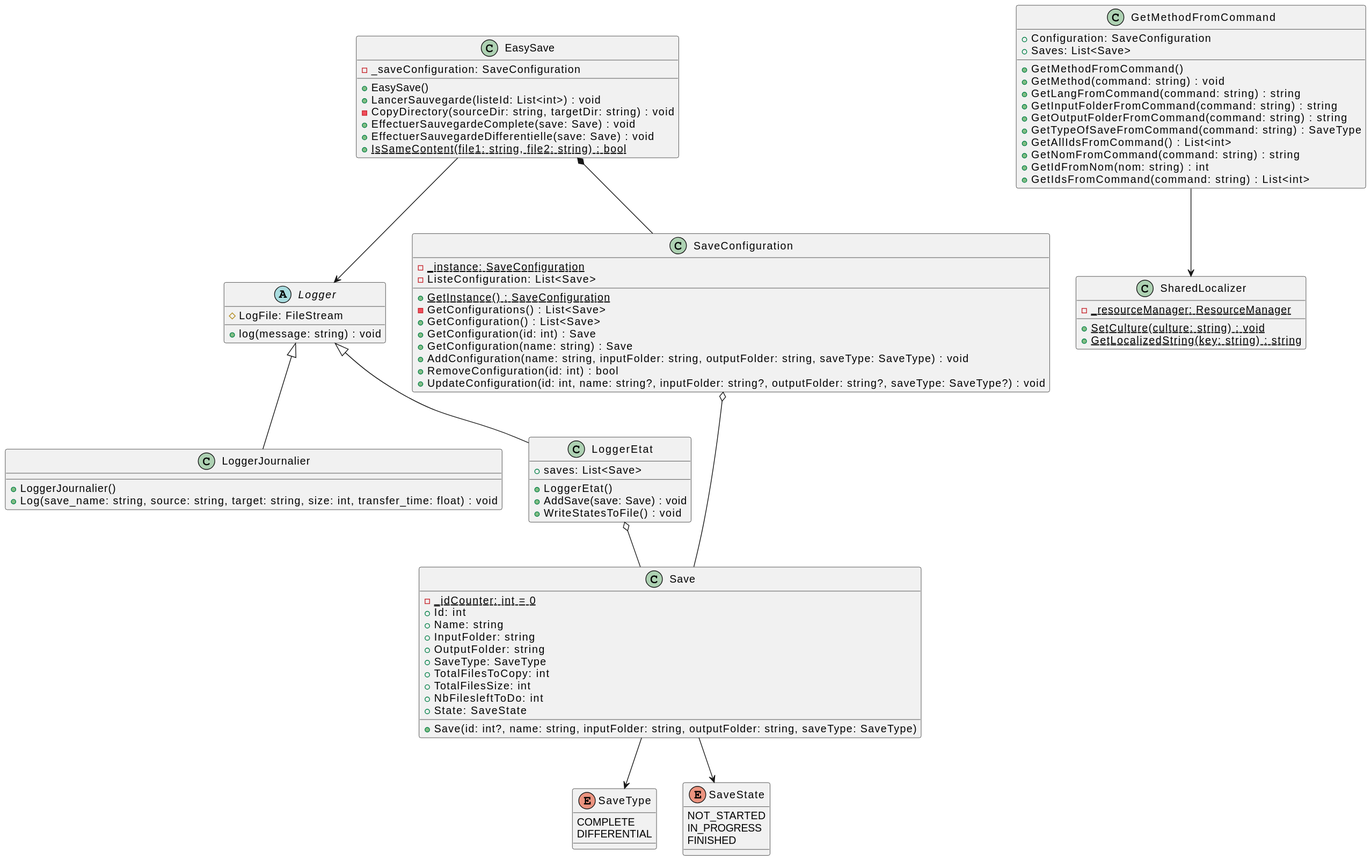
This is UML/output/ClassDiagram.svg from Melvin-Menanteau/EasySave, a PlantUML export, as it was before one commit.
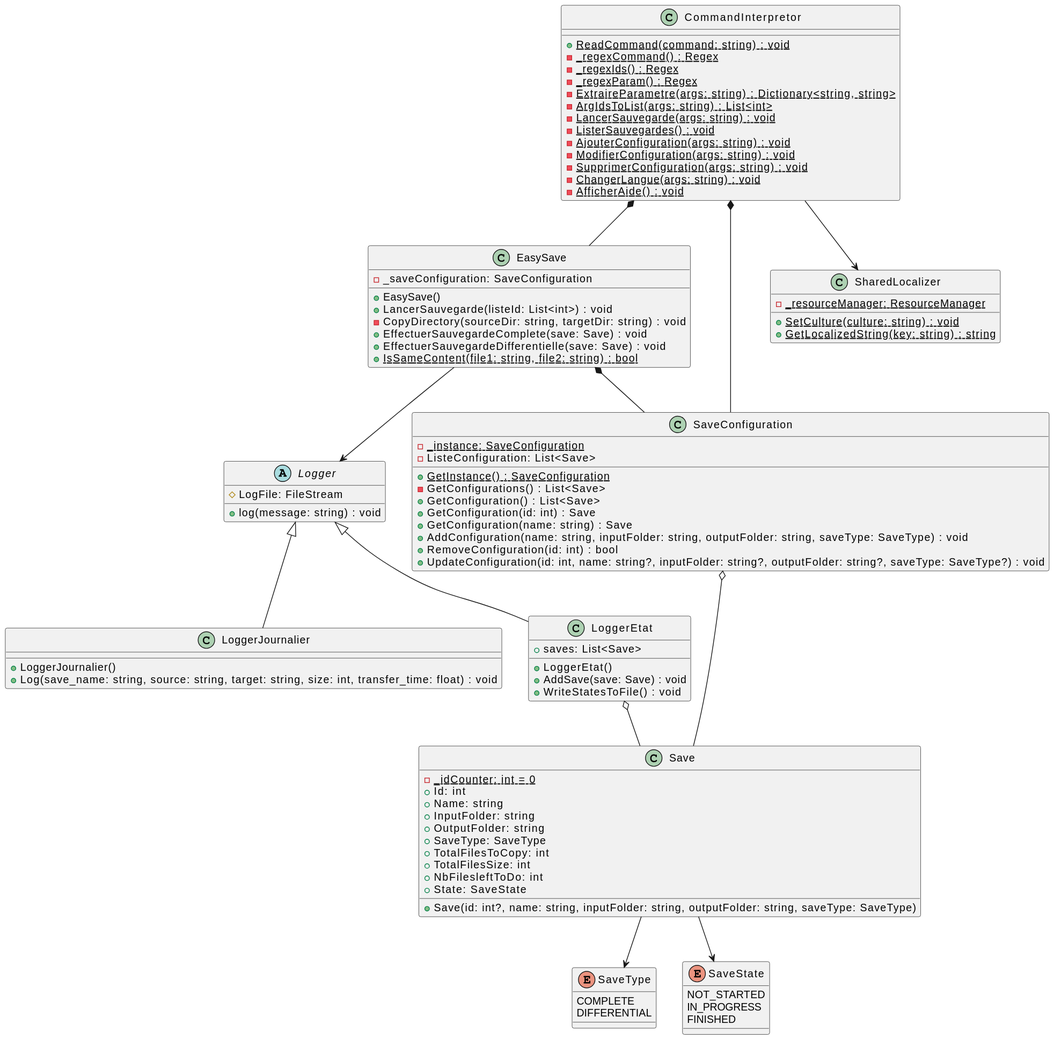
After the change.

Diff of the diagram source:
```diff
@@ -79,19 +79,22 @@
 	{static}+GetLocalizedString(key: string) : string
 }
 
-GetMethodFromCommand --> SharedLocalizer
-class GetMethodFromCommand {
-	+Configuration: SaveConfiguration
-	+Saves: List<Save>
-	+GetMethodFromCommand()
-	+GetMethod(command: string) : void
-	+GetLangFromCommand(command: string) : string
-	+GetInputFolderFromCommand(command: string) : string
-	+GetOutputFolderFromCommand(command: string) : string
-	+GetTypeOfSaveFromCommand(command: string) : SaveType
-	+GetAllIdsFromCommand() : List<int>
-	+GetNomFromCommand(command: string) : string
-	+GetIdFromNom(nom: string) : int
-	+GetIdsFromCommand(command: string) : List<int>
+CommandInterpretor --> SharedLocalizer
+CommandInterpretor *-- SaveConfiguration
+CommandInterpretor *-- EasySave
+class CommandInterpretor {
+	{static}+ReadCommand(command: string) : void
+	{static}-_regexCommand() : Regex
+	{static}-_regexIds() : Regex
+	{static}-_regexParam() : Regex
+	{static}-ExtraireParametre(args: string) : Dictionary<string, string>
+	{static}-ArgIdsToList(args: string) : List<int>
+	{static}-LancerSauvegarde(args: string) : void
+	{static}-ListerSauvegardes() : void
+	{static}-AjouterConfiguration(args: string) : void
+	{static}-ModifierConfiguration(args: string) : void
+	{static}-SupprimerConfiguration(args: string) : void
+	{static}-ChangerLangue(args: string) : void
+	{static}-AfficherAide() : void
 }
 @enduml
```
